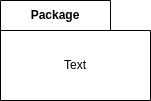
Before: ExamenDiagramapaquetes_PedroMartinEscuela.png, a diagram exported from draw.io (PeterMartEsc/ETS). Source tidied: cells renumbered, new cells last; positions are measured from the earlier drawing's top-left corner, leaving out a move shared by most shapes.
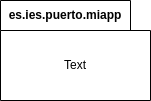
The same diagram one commit later.

What changed in the source:
```diff
@@ -2,7 +2,7 @@
   <root>
     <mxCell id="0" />
     <mxCell id="1" parent="0" />
-    <mxCell id="2" value="Package" style="shape=folder;fontStyle=1;tabWidth=110;tabHeight=30;tabPosition=left;html=1;boundedLbl=1;labelInHeader=1;whiteSpace=wrap;" parent="1" vertex="1">
+    <mxCell id="2" value="es.ies.puerto.miapp" style="shape=folder;fontStyle=1;tabWidth=130;tabHeight=30;tabPosition=left;html=1;boundedLbl=1;labelInHeader=1;whiteSpace=wrap;fillColor=none;" parent="1" vertex="1">
       <mxGeometry width="150" height="100" as="geometry" />
     </mxCell>
     <mxCell id="3" value="Text" style="html=1;strokeColor=none;fillColor=none;whiteSpace=wrap;" parent="2" vertex="1">
```
